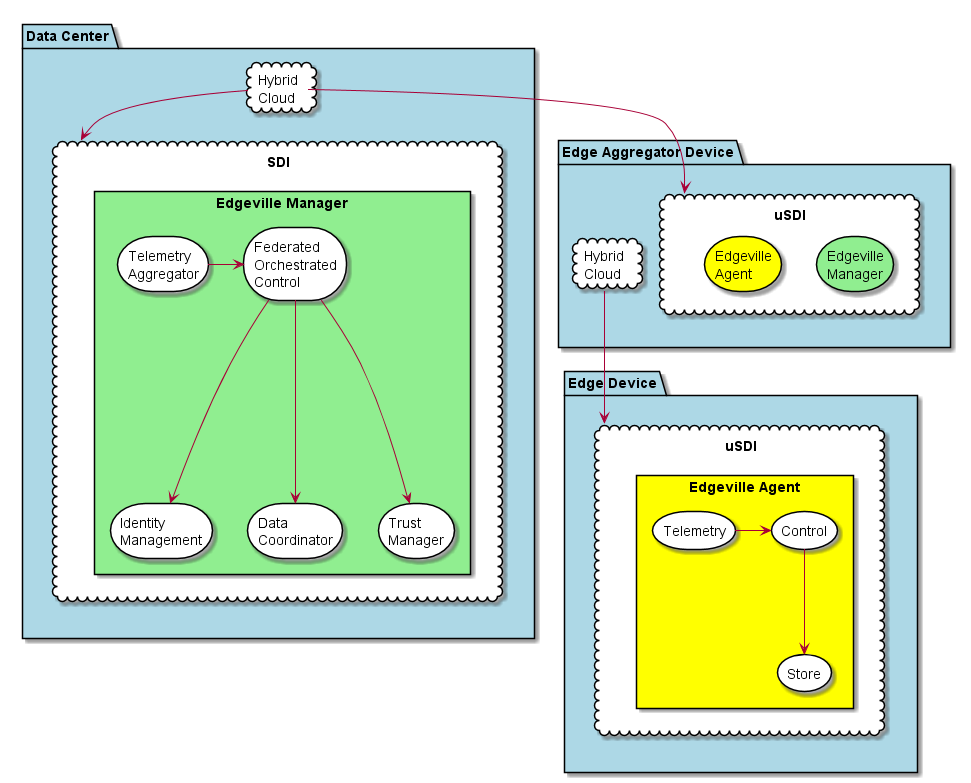
CAADE/edgeville keeps this PlantUML diagram as docs/Solution/Deployment.png. Above is the earlier version.
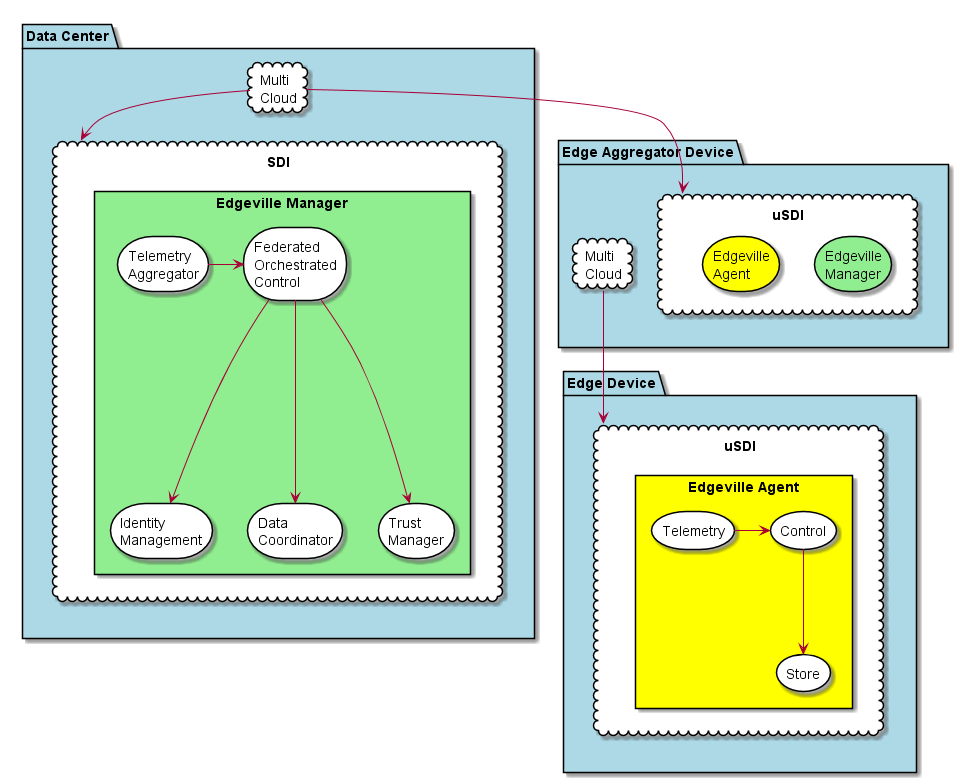
After the change.

The edit, as a diff of the source:
```diff
@@ -1,7 +1,7 @@
 @startuml
 
 package "Data Center" as DC #lightblue {
-  cloud "Hybrid\nCloud" as HC #white {
+  cloud "Multi\nCloud" as HC #white {
 
   }
   cloud SDI #white {
@@ -20,7 +20,7 @@
   }
 }
 package "Edge Aggregator Device" as EAD #lightblue {
-  cloud "Hybrid\nCloud" as HC2 #white {
+  cloud "Multi\nCloud" as HC2 #white {
   }
   cloud uSDI as uSDI1 #white {
       storage "Edgeville\nManager" as EM1 #lightgreen {
```
